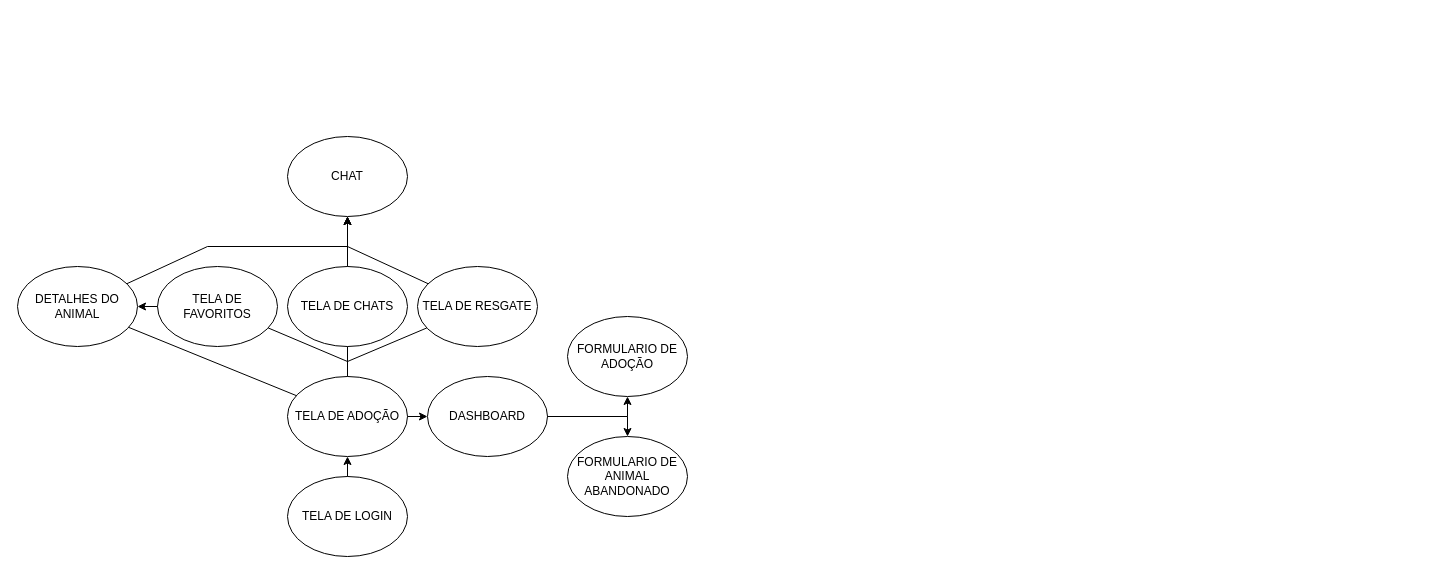
The draw.io diagram Fluxograma de telas.drawio in JoaoGans/DRAW.tcc, before the edit. Source tidied: cells renumbered, new cells numbered last; positions are measured from the earlier drawing's top-left corner, leaving out a move shared by most shapes. Both pictures are drawn from the tidied source at 100%, with x=0, y=0 at pixel (17, 136).
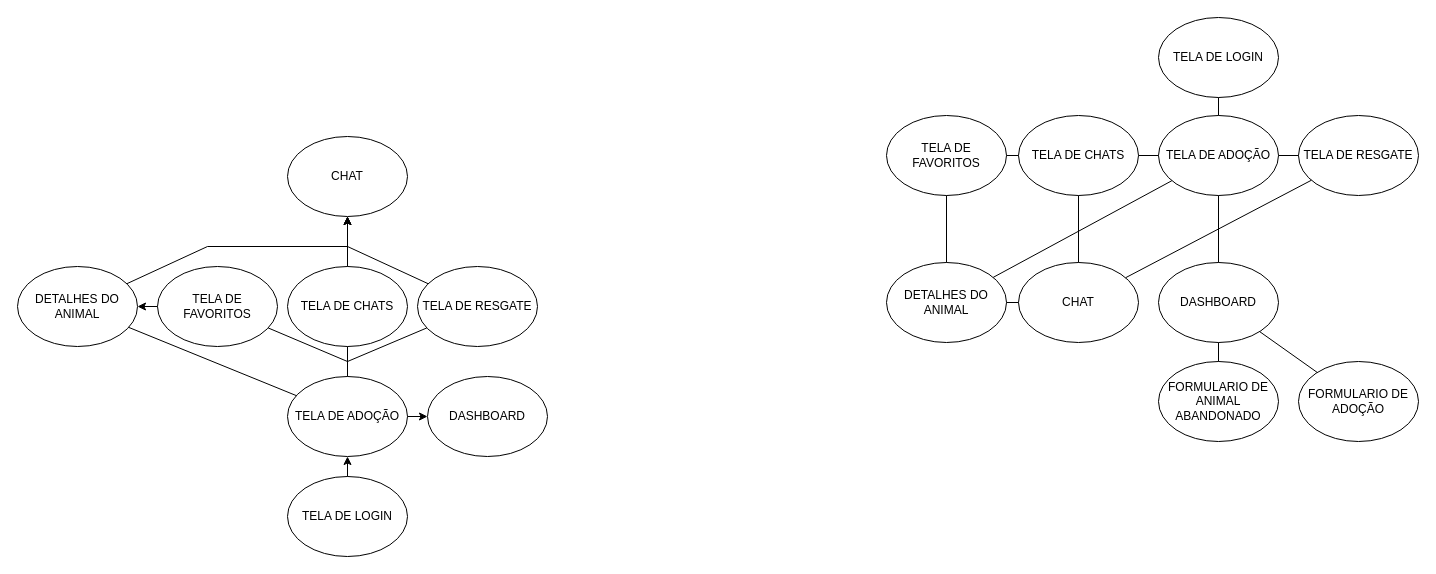
After the change.

The change refers to these unchanged cells:
```xml
<mxCell id="7" value="DASHBOARD" style="ellipse;whiteSpace=wrap;html=1;" parent="1" vertex="1">
  <mxGeometry x="410" y="240" width="120" height="80" as="geometry" />
</mxCell>
```

What changed in the source:
```diff
@@
     <mxCell id="16" value="FORMULARIO DE ADOÇÃO" style="ellipse;whiteSpace=wrap;html=1;" parent="1" vertex="1">
-      <mxGeometry x="550" y="180" width="120" height="80" as="geometry" />
+      <mxGeometry x="1281" y="225" width="120" height="80" as="geometry" />
     </mxCell>
-    <mxCell id="17" style="endArrow=classic;html=1;rounded=0;" parent="1" edge="1" source="7" target="16">
-      <mxGeometry relative="1" as="geometry">
-        <Array as="points">
-          <mxPoint x="610" y="280" />
-        </Array>
-      </mxGeometry>
-    </mxCell>
     <mxCell id="18" value="FORMULARIO DE ANIMAL ABANDONADO" style="ellipse;whiteSpace=wrap;html=1;" parent="1" vertex="1">
-      <mxGeometry x="550" y="300" width="120" height="80" as="geometry" />
+      <mxGeometry x="1141" y="225" width="120" height="80" as="geometry" />
     </mxCell>
-    <mxCell id="19" style="endArrow=classic;html=1;rounded=0;" parent="1" edge="1" source="7" target="18">
-      <mxGeometry relative="1" as="geometry">
-        <Array as="points">
-          <mxPoint x="610" y="280" />
-        </Array>
-      </mxGeometry>
-    </mxCell>
@@
+    <mxCell id="24" value="TELA DE LOGIN" style="ellipse;whiteSpace=wrap;html=1;" parent="1" vertex="1">
+      <mxGeometry x="1141" y="-119" width="120" height="80" as="geometry" />
+    </mxCell>
+    <mxCell id="25" value="TELA DE ADOÇÃO" style="ellipse;whiteSpace=wrap;html=1;" parent="1" vertex="1">
+      <mxGeometry x="1141" y="-21" width="120" height="80" as="geometry" />
+    </mxCell>
+    <mxCell id="26" value="TELA DE CHATS" style="ellipse;whiteSpace=wrap;html=1;" parent="1" vertex="1">
+      <mxGeometry x="1001" y="-21" width="120" height="80" as="geometry" />
+    </mxCell>
+    <mxCell id="27" value="TELA DE RESGATE" style="ellipse;whiteSpace=wrap;html=1;" parent="1" vertex="1">
+      <mxGeometry x="1281" y="-21" width="120" height="80" as="geometry" />
+    </mxCell>
+    <mxCell id="28" value="TELA DE FAVORITOS" style="ellipse;whiteSpace=wrap;html=1;" parent="1" vertex="1">
+      <mxGeometry x="869" y="-21" width="120" height="80" as="geometry" />
+    </mxCell>
+    <mxCell id="29" style="endArrow=none;html=1;rounded=0;" parent="1" edge="1" source="24" target="25">
+      <mxGeometry relative="1" as="geometry" />
+    </mxCell>
+    <mxCell id="30" style="endArrow=none;html=1;rounded=0;" parent="1" edge="1" source="25" target="26">
+      <mxGeometry relative="1" as="geometry" />
+    </mxCell>
+    <mxCell id="31" style="endArrow=none;html=1;rounded=0;" parent="1" edge="1" source="28" target="26">
+      <mxGeometry relative="1" as="geometry" />
+    </mxCell>
+    <mxCell id="32" style="endArrow=none;html=1;rounded=0;" parent="1" edge="1" source="27" target="25">
+      <mxGeometry relative="1" as="geometry" />
+    </mxCell>
+    <mxCell id="33" value="DETALHES DO ANIMAL" style="ellipse;whiteSpace=wrap;html=1;" parent="1" vertex="1">
+      <mxGeometry x="869" y="126" width="120" height="80" as="geometry" />
+    </mxCell>
+    <mxCell id="34" style="endArrow=none;html=1;rounded=0;" parent="1" edge="1" source="33" target="28">
+      <mxGeometry relative="1" as="geometry" />
+    </mxCell>
+    <mxCell id="35" value="CHAT" style="ellipse;whiteSpace=wrap;html=1;" parent="1" vertex="1">
+      <mxGeometry x="1001" y="126" width="120" height="80" as="geometry" />
+    </mxCell>
+    <mxCell id="36" style="endArrow=none;html=1;rounded=0;" parent="1" edge="1" source="33" target="25">
+      <mxGeometry relative="1" as="geometry" />
+    </mxCell>
+    <mxCell id="37" style="endArrow=none;html=1;rounded=0;" parent="1" edge="1" source="33" target="35">
+      <mxGeometry relative="1" as="geometry" />
+    </mxCell>
+    <mxCell id="38" style="endArrow=none;html=1;rounded=0;" parent="1" edge="1" source="35" target="26">
+      <mxGeometry relative="1" as="geometry" />
+    </mxCell>
+    <mxCell id="39" style="endArrow=none;html=1;rounded=0;" parent="1" edge="1" source="35" target="27">
+      <mxGeometry relative="1" as="geometry" />
+    </mxCell>
+    <mxCell id="40" value="DASHBOARD" style="ellipse;whiteSpace=wrap;html=1;" parent="1" vertex="1">
+      <mxGeometry x="1141" y="126" width="120" height="80" as="geometry" />
+    </mxCell>
+    <mxCell id="41" style="endArrow=none;html=1;rounded=0;" parent="1" edge="1" source="40" target="25">
+      <mxGeometry relative="1" as="geometry" />
+    </mxCell>
+    <mxCell id="42" style="endArrow=none;html=1;rounded=0;" parent="1" edge="1" source="16" target="40">
+      <mxGeometry relative="1" as="geometry" />
+    </mxCell>
+    <mxCell id="43" style="endArrow=none;html=1;rounded=0;" parent="1" edge="1" source="40" target="18">
+      <mxGeometry relative="1" as="geometry" />
+    </mxCell>
```
